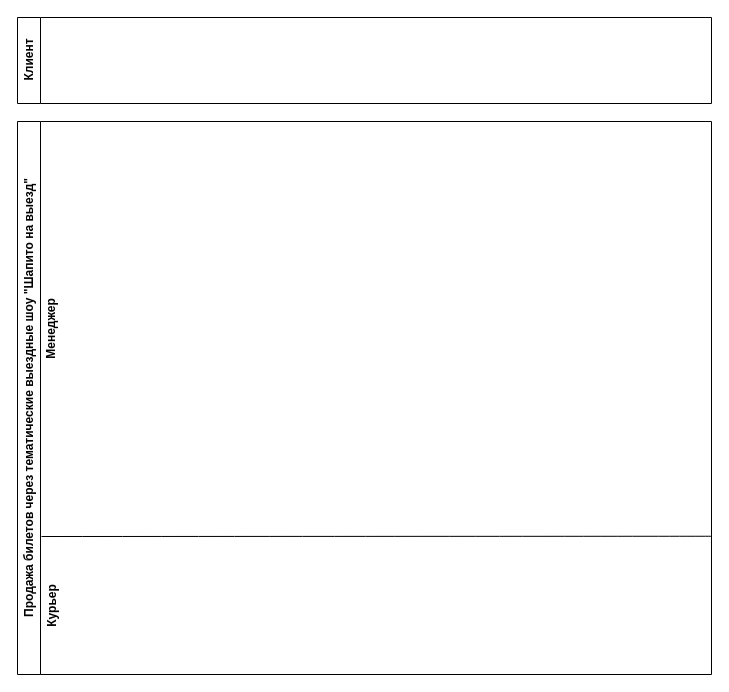
The draw.io diagram Pbd1.drawio in Helpmepleaseitishard/database-design-4-semester, before the edit. Source tidied: cells renumbered, new cells numbered last; positions are measured from the earlier drawing's top-left corner, leaving out a move shared by most shapes. Both pictures are drawn from the tidied source at 100%, with x=0, y=0 at pixel (-156, 17).
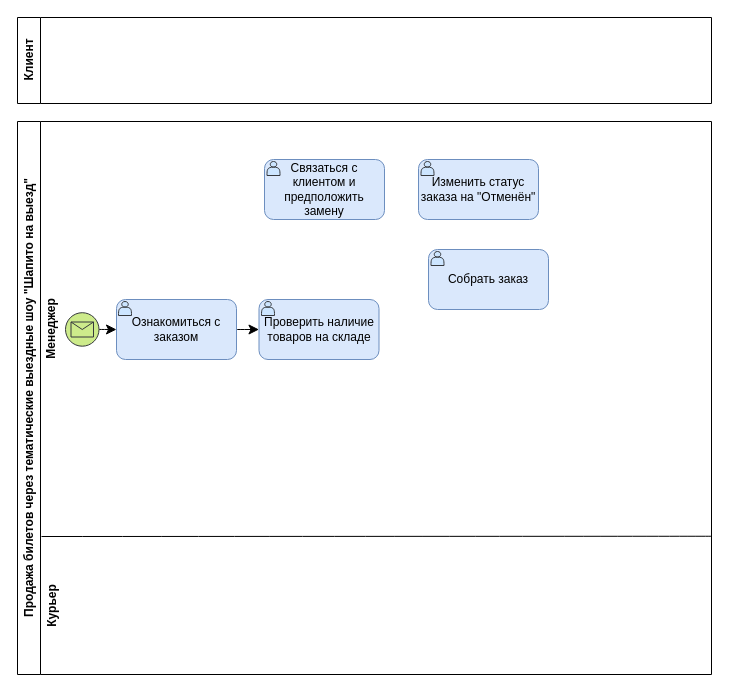
The same page after the edit.

Diff of the diagram source:
```diff
@@
+    <mxCell id="7" style="edgeStyle=none;curved=1;rounded=0;jettySize=auto;html=1;entryX=0;entryY=0.5;entryDx=0;entryDy=0;fontSize=12;startSize=8;endSize=8;" parent="1" edge="1" source="8" target="11">
+      <mxGeometry relative="1" as="geometry" />
+    </mxCell>
+    <mxCell id="8" style="ellipse;whiteSpace=wrap;html=1;fillColor=#cdeb8b;strokeColor=#36393d;fillStyle=auto;" parent="1" vertex="1">
+      <mxGeometry x="221" y="295.2" width="33.5" height="33.5" as="geometry" />
+    </mxCell>
+    <mxCell id="9" style="shape=message;html=1;html=1;labelPosition=center;verticalLabelPosition=bottom;align=center;verticalAlign=top;fillColor=#cdeb8b;strokeColor=#36393d;" parent="1" vertex="1">
+      <mxGeometry x="226.5" y="304.5" width="22.5" height="15" as="geometry" />
+    </mxCell>
+    <mxCell id="10" style="edgeStyle=none;curved=1;rounded=0;jettySize=auto;html=1;exitX=1;exitY=0.5;exitDx=0;exitDy=0;entryX=0;entryY=0.5;entryDx=0;entryDy=0;fontSize=12;startSize=8;endSize=8;" parent="1" edge="1" source="11" target="12">
+      <mxGeometry relative="1" as="geometry" />
+    </mxCell>
+    <mxCell id="11" value="Ознакомиться с заказом" style="rounded=1;whiteSpace=wrap;html=1;fillColor=#dae8fc;strokeColor=#6c8ebf;" parent="1" vertex="1">
+      <mxGeometry x="272" y="282" width="120" height="60" as="geometry" />
+    </mxCell>
+    <mxCell id="12" value="Проверить наличие товаров на складе" style="rounded=1;whiteSpace=wrap;html=1;fillColor=#dae8fc;strokeColor=#6c8ebf;" parent="1" vertex="1">
+      <mxGeometry x="414.5" y="282" width="120" height="60" as="geometry" />
+    </mxCell>
+    <mxCell id="13" style="shape=actor;whiteSpace=wrap;html=1;fillColor=#cce5ff;strokeColor=#36393d;" parent="1" vertex="1">
+      <mxGeometry x="274" y="284" width="13" height="14" as="geometry" />
+    </mxCell>
+    <mxCell id="14" style="shape=actor;whiteSpace=wrap;html=1;fillColor=#cce5ff;strokeColor=#36393d;" parent="1" vertex="1">
+      <mxGeometry x="417" y="284" width="13" height="14" as="geometry" />
+    </mxCell>
+    <mxCell id="15" value="Связаться с клиентом и предположить замену" style="rounded=1;whiteSpace=wrap;html=1;fillColor=#dae8fc;strokeColor=#6c8ebf;" parent="1" vertex="1">
+      <mxGeometry x="420" y="142" width="120" height="60" as="geometry" />
+    </mxCell>
+    <mxCell id="16" style="shape=actor;whiteSpace=wrap;html=1;fillColor=#cce5ff;strokeColor=#36393d;" parent="1" vertex="1">
+      <mxGeometry x="422.5" y="144" width="13" height="14" as="geometry" />
+    </mxCell>
+    <mxCell id="17" value="Изменить статус заказа на &quot;Отменён&quot;" style="rounded=1;whiteSpace=wrap;html=1;fillColor=#dae8fc;strokeColor=#6c8ebf;" parent="1" vertex="1">
+      <mxGeometry x="574" y="142" width="120" height="60" as="geometry" />
+    </mxCell>
+    <mxCell id="18" style="shape=actor;whiteSpace=wrap;html=1;fillColor=#cce5ff;strokeColor=#36393d;" parent="1" vertex="1">
+      <mxGeometry x="576.5" y="144" width="13" height="14" as="geometry" />
+    </mxCell>
+    <mxCell id="19" value="Собрать заказ" style="rounded=1;whiteSpace=wrap;html=1;fillColor=#dae8fc;strokeColor=#6c8ebf;" parent="1" vertex="1">
+      <mxGeometry x="584" y="232" width="120" height="60" as="geometry" />
+    </mxCell>
+    <mxCell id="20" style="shape=actor;whiteSpace=wrap;html=1;fillColor=#cce5ff;strokeColor=#36393d;" parent="1" vertex="1">
+      <mxGeometry x="586.5" y="234" width="13" height="14" as="geometry" />
+    </mxCell>
```
